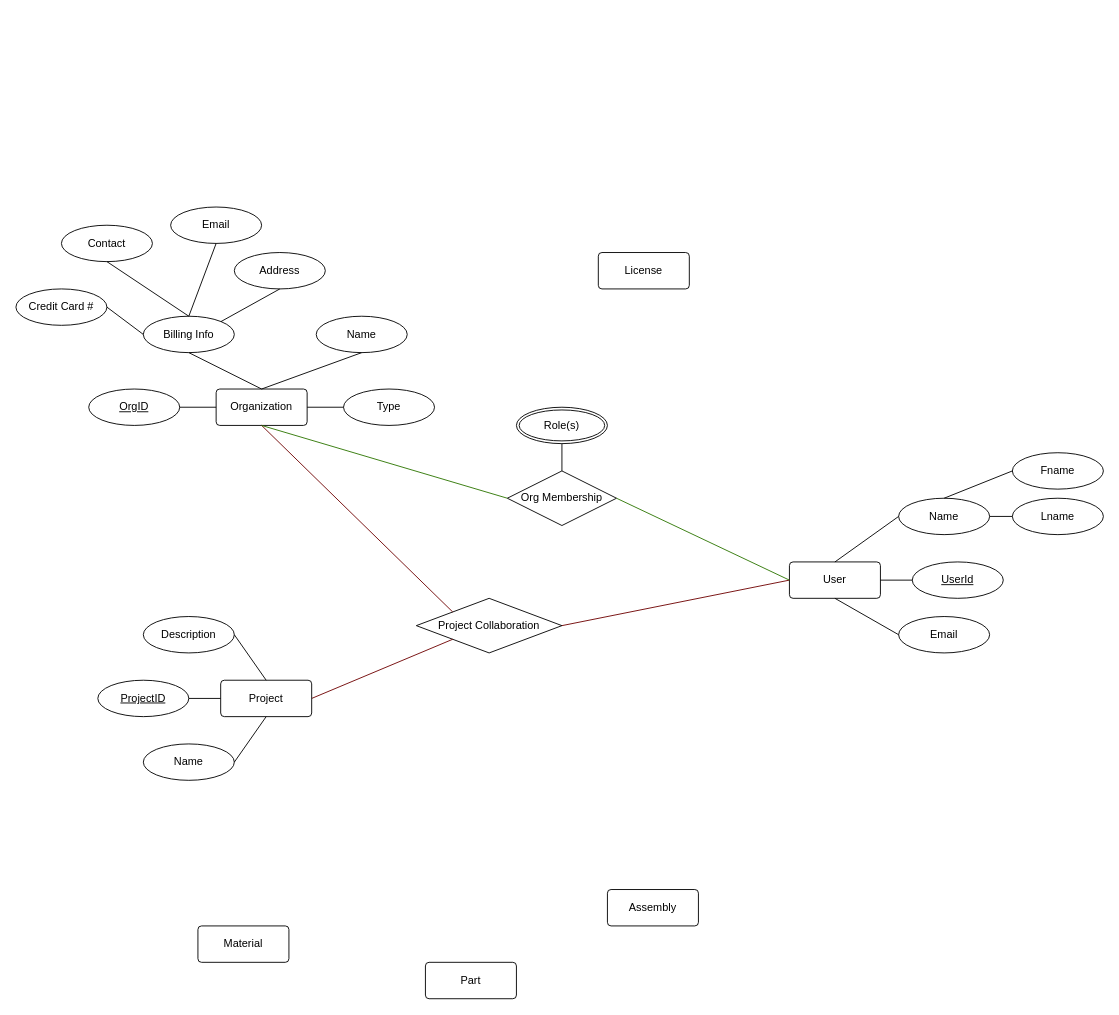
Above: DBfinal.drawio in EricOrrDev/Diagrams (draw.io), before the change. Source tidied: cells renumbered, new cells numbered last; positions are measured from the earlier drawing's top-left corner, leaving out a move shared by most shapes. Both pictures are drawn from the tidied source at 91%, with x=0, y=0 at pixel (15, 207).
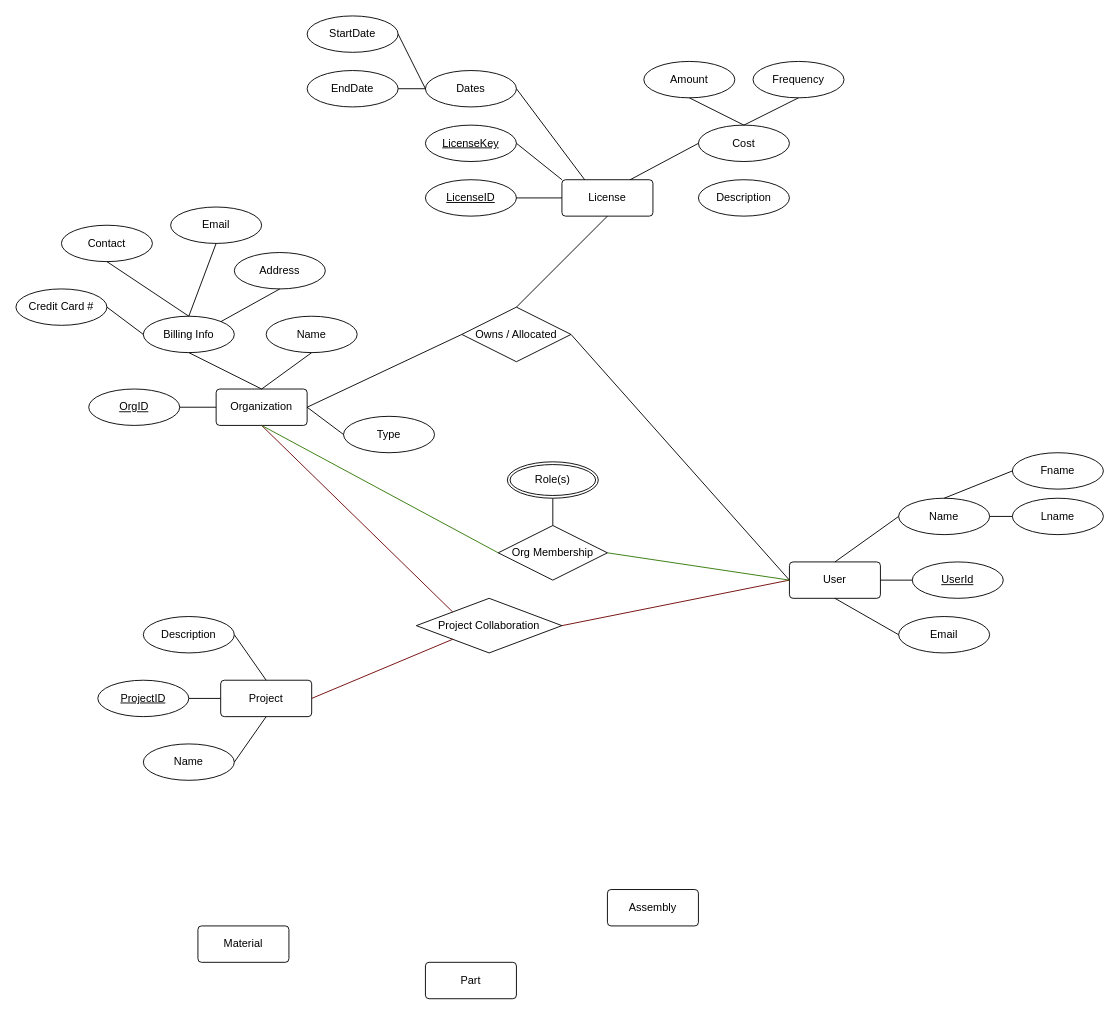
After the change.

The change refers to these unchanged cells:
```xml
<mxCell id="5" style="group;" parent="1" vertex="1">
  <mxGeometry width="460" height="240" as="geometry" />
</mxCell>
<mxCell id="6" value="&lt;div&gt;Organization&lt;/div&gt;" style="rounded=1;arcSize=10;whiteSpace=wrap;html=1;align=center;" parent="5" vertex="1">
  <mxGeometry x="220" y="200" width="100" height="40" as="geometry" />
</mxCell>
<mxCell id="24" value="User" style="rounded=1;arcSize=10;whiteSpace=wrap;html=1;align=center;" parent="23" vertex="1">
  <mxGeometry y="120" width="100" height="40" as="geometry" />
</mxCell>
```

Change to the diagram source:
```diff
@@
-    <mxCell id="7" value="Type" style="ellipse;whiteSpace=wrap;html=1;align=center;" parent="5" vertex="1">
-      <mxGeometry x="360" y="200" width="100" height="40" as="geometry" />
-    </mxCell>
     <mxCell id="8" value="Name" style="ellipse;whiteSpace=wrap;html=1;align=center;" parent="5" vertex="1">
-      <mxGeometry x="330" y="120" width="100" height="40" as="geometry" />
+      <mxGeometry x="275" y="120" width="100" height="40" as="geometry" />
     </mxCell>
@@
-    <mxCell id="22" style="endArrow=none;html=1;rounded=0;exitX=1;exitY=0.5;exitDx=0;exitDy=0;entryX=0;entryY=0.5;entryDx=0;entryDy=0;" parent="5" edge="1" source="6" target="7">
-      <mxGeometry relative="1" as="geometry" />
-    </mxCell>
@@
-    <mxCell id="39" value="Org Membership" style="shape=rhombus;perimeter=rhombusPerimeter;whiteSpace=wrap;html=1;align=center;" parent="1" vertex="1">
-      <mxGeometry x="540" y="290" width="120" height="60" as="geometry" />
-    </mxCell>
@@
+    <mxCell id="52" value="License" style="rounded=1;arcSize=10;whiteSpace=wrap;html=1;align=center;" parent="1" vertex="1">
+      <mxGeometry x="600" y="-30" width="100" height="40" as="geometry" />
+    </mxCell>
+    <mxCell id="53" value="LicenseID" style="ellipse;whiteSpace=wrap;html=1;align=center;fontStyle=4;" parent="1" vertex="1">
+      <mxGeometry x="450" y="-30" width="100" height="40" as="geometry" />
+    </mxCell>
+    <mxCell id="54" style="endArrow=none;html=1;rounded=0;exitX=1;exitY=0.5;exitDx=0;exitDy=0;entryX=0;entryY=0.5;entryDx=0;entryDy=0;" parent="1" edge="1" source="53" target="52">
+      <mxGeometry relative="1" as="geometry" />
+    </mxCell>
+    <mxCell id="55" style="group;" parent="1" vertex="1">
+      <mxGeometry x="530" y="280" width="120" height="130" as="geometry" />
+    </mxCell>
+    <mxCell id="39" value="Org Membership" style="shape=rhombus;perimeter=rhombusPerimeter;whiteSpace=wrap;html=1;align=center;" parent="55" vertex="1">
+      <mxGeometry y="70" width="120" height="60" as="geometry" />
+    </mxCell>
-    <mxCell id="50" style="endArrow=none;html=1;rounded=0;entryX=0.5;entryY=0;entryDx=0;entryDy=0;exitX=0.5;exitY=1;exitDx=0;exitDy=0;" parent="1" edge="1" source="51" target="39">
+    <mxCell id="50" style="endArrow=none;html=1;rounded=0;entryX=0.5;entryY=0;entryDx=0;entryDy=0;exitX=0.5;exitY=1;exitDx=0;exitDy=0;" parent="55" edge="1" source="51" target="39">
       <mxGeometry relative="1" as="geometry" />
     </mxCell>
-    <mxCell id="51" value="Role(s)" style="ellipse;shape=doubleEllipse;margin=3;whiteSpace=wrap;html=1;align=center;" parent="1" vertex="1">
-      <mxGeometry x="550" y="220" width="100" height="40" as="geometry" />
+    <mxCell id="51" value="Role(s)" style="ellipse;shape=doubleEllipse;margin=3;whiteSpace=wrap;html=1;align=center;" parent="55" vertex="1">
+      <mxGeometry x="10" width="100" height="40" as="geometry" />
     </mxCell>
-    <mxCell id="52" value="License" style="rounded=1;arcSize=10;whiteSpace=wrap;html=1;align=center;" parent="1" vertex="1">
-      <mxGeometry x="640" y="50" width="100" height="40" as="geometry" />
-    </mxCell>
+    <mxCell id="7" value="Type" style="ellipse;whiteSpace=wrap;html=1;align=center;" parent="1" vertex="1">
+      <mxGeometry x="360" y="230" width="100" height="40" as="geometry" />
+    </mxCell>
+    <mxCell id="22" style="endArrow=none;html=1;rounded=0;exitX=1;exitY=0.5;exitDx=0;exitDy=0;entryX=0;entryY=0.5;entryDx=0;entryDy=0;" parent="1" edge="1" source="6" target="7">
+      <mxGeometry relative="1" as="geometry" />
+    </mxCell>
+    <mxCell id="56" value="Owns / Allocated" style="shape=rhombus;perimeter=rhombusPerimeter;whiteSpace=wrap;html=1;align=center;" parent="1" vertex="1">
+      <mxGeometry x="490" y="110" width="120" height="60" as="geometry" />
+    </mxCell>
+    <mxCell id="57" style="endArrow=none;html=1;rounded=0;exitX=1;exitY=0.5;exitDx=0;exitDy=0;entryX=0;entryY=0.5;entryDx=0;entryDy=0;" parent="1" edge="1" source="6" target="56">
+      <mxGeometry relative="1" as="geometry" />
+    </mxCell>
+    <mxCell id="58" style="endArrow=none;html=1;rounded=0;exitX=0.5;exitY=0;exitDx=0;exitDy=0;entryX=0.5;entryY=1;entryDx=0;entryDy=0;" parent="1" edge="1" source="56" target="52">
+      <mxGeometry relative="1" as="geometry" />
+    </mxCell>
+    <mxCell id="59" style="endArrow=none;html=1;rounded=0;exitX=1;exitY=0.5;exitDx=0;exitDy=0;entryX=0;entryY=0.5;entryDx=0;entryDy=0;" parent="1" edge="1" source="56" target="24">
+      <mxGeometry relative="1" as="geometry" />
+    </mxCell>
+    <mxCell id="60" value="LicenseKey" style="ellipse;whiteSpace=wrap;html=1;align=center;fontStyle=4;" parent="1" vertex="1">
+      <mxGeometry x="450" y="-90" width="100" height="40" as="geometry" />
+    </mxCell>
+    <mxCell id="61" value="Dates" style="ellipse;whiteSpace=wrap;html=1;align=center;" parent="1" vertex="1">
+      <mxGeometry x="450" y="-150" width="100" height="40" as="geometry" />
+    </mxCell>
+    <mxCell id="62" value="EndDate" style="ellipse;whiteSpace=wrap;html=1;align=center;" parent="1" vertex="1">
+      <mxGeometry x="320" y="-150" width="100" height="40" as="geometry" />
+    </mxCell>
+    <mxCell id="63" value="StartDate" style="ellipse;whiteSpace=wrap;html=1;align=center;" parent="1" vertex="1">
+      <mxGeometry x="320" y="-210" width="100" height="40" as="geometry" />
+    </mxCell>
+    <mxCell id="64" style="endArrow=none;html=1;rounded=0;exitX=1;exitY=0.5;exitDx=0;exitDy=0;entryX=0;entryY=0.5;entryDx=0;entryDy=0;" parent="1" edge="1" source="62" target="61">
+      <mxGeometry relative="1" as="geometry" />
+    </mxCell>
+    <mxCell id="65" style="endArrow=none;html=1;rounded=0;exitX=1;exitY=0.5;exitDx=0;exitDy=0;entryX=0;entryY=0.5;entryDx=0;entryDy=0;" parent="1" edge="1" source="63" target="61">
+      <mxGeometry relative="1" as="geometry" />
+    </mxCell>
+    <mxCell id="66" style="endArrow=none;html=1;rounded=0;exitX=1;exitY=0.5;exitDx=0;exitDy=0;entryX=0;entryY=0;entryDx=0;entryDy=0;" parent="1" edge="1" source="60" target="52">
+      <mxGeometry relative="1" as="geometry" />
+    </mxCell>
+    <mxCell id="67" style="endArrow=none;html=1;rounded=0;exitX=1;exitY=0.5;exitDx=0;exitDy=0;entryX=0.25;entryY=0;entryDx=0;entryDy=0;" parent="1" edge="1" source="61" target="52">
+      <mxGeometry relative="1" as="geometry" />
+    </mxCell>
+    <mxCell id="68" value="Description" style="ellipse;whiteSpace=wrap;html=1;align=center;" parent="1" vertex="1">
+      <mxGeometry x="750" y="-30" width="100" height="40" as="geometry" />
+    </mxCell>
+    <mxCell id="69" value="Cost" style="ellipse;whiteSpace=wrap;html=1;align=center;" parent="1" vertex="1">
+      <mxGeometry x="750" y="-90" width="100" height="40" as="geometry" />
+    </mxCell>
+    <mxCell id="70" value="Amount" style="ellipse;whiteSpace=wrap;html=1;align=center;" parent="1" vertex="1">
+      <mxGeometry x="690" y="-160" width="100" height="40" as="geometry" />
+    </mxCell>
+    <mxCell id="71" value="Frequency" style="ellipse;whiteSpace=wrap;html=1;align=center;" parent="1" vertex="1">
+      <mxGeometry x="810" y="-160" width="100" height="40" as="geometry" />
+    </mxCell>
+    <mxCell id="72" style="endArrow=none;html=1;rounded=0;exitX=0.5;exitY=1;exitDx=0;exitDy=0;entryX=0.5;entryY=0;entryDx=0;entryDy=0;" parent="1" edge="1" source="70" target="69">
+      <mxGeometry relative="1" as="geometry" />
+    </mxCell>
+    <mxCell id="73" style="endArrow=none;html=1;rounded=0;exitX=0.5;exitY=1;exitDx=0;exitDy=0;entryX=0.5;entryY=0;entryDx=0;entryDy=0;" parent="1" edge="1" source="71" target="69">
+      <mxGeometry relative="1" as="geometry" />
+    </mxCell>
+    <mxCell id="74" style="endArrow=none;html=1;rounded=0;exitX=0.75;exitY=0;exitDx=0;exitDy=0;entryX=0;entryY=0.5;entryDx=0;entryDy=0;" parent="1" edge="1" source="52" target="69">
+      <mxGeometry relative="1" as="geometry" />
+    </mxCell>
```
